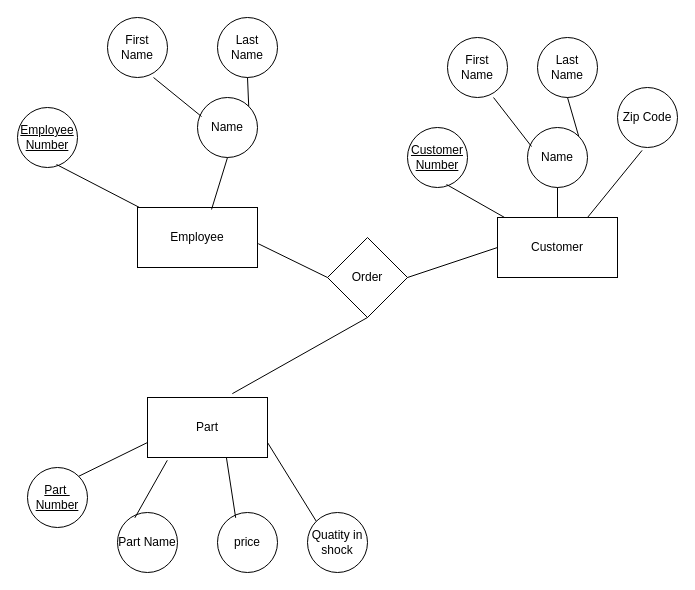
This is ER_MAIL_ORDER.drawio from Drizzle210/hello-world, a draw.io file, before an edit. Source tidied: cells renumbered, new cells numbered last; positions are measured from the earlier drawing's top-left corner, leaving out a move shared by most shapes. Both pictures are drawn from the tidied source at 100%, with x=0, y=0 at pixel (17, 17).
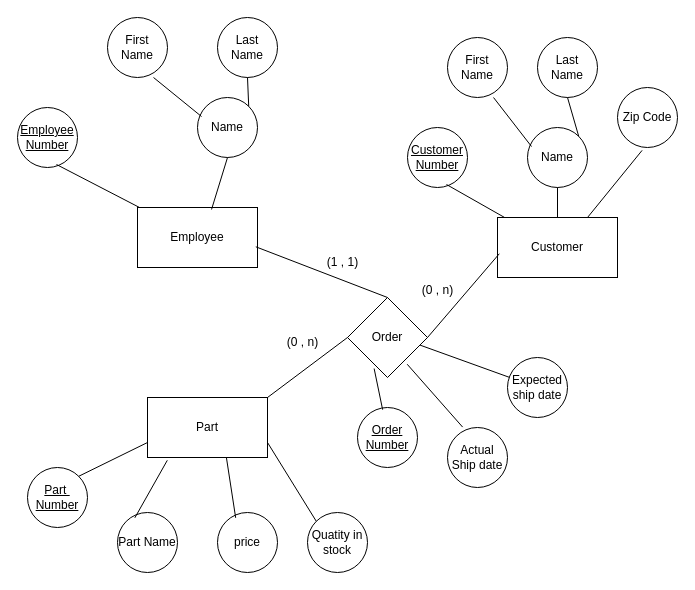
Above is the later version.

Commit message:
Cập nhật ER_MAIL_ORDER.drawio

Unchanged cells that the change refers to:
```xml
<mxCell id="2" value="Employee" style="rounded=0;whiteSpace=wrap;html=1;" parent="1" vertex="1">
  <mxGeometry x="120" y="190" width="120" height="60" as="geometry" />
</mxCell>
<mxCell id="11" value="Customer" style="rounded=0;whiteSpace=wrap;html=1;" parent="1" vertex="1">
  <mxGeometry x="480" y="200" width="120" height="60" as="geometry" />
</mxCell>
<mxCell id="22" value="Part" style="rounded=0;whiteSpace=wrap;html=1;" parent="1" vertex="1">
  <mxGeometry x="130" y="380" width="120" height="60" as="geometry" />
</mxCell>
```

What changed in the source:
```diff
@@
-    <mxCell id="26" value="Quatity in shock" style="ellipse;whiteSpace=wrap;html=1;" parent="1" vertex="1">
+    <mxCell id="26" value="Quatity in stock" style="ellipse;whiteSpace=wrap;html=1;" parent="1" vertex="1">
       <mxGeometry x="290" y="495" width="60" height="60" as="geometry" />
     </mxCell>
@@
+    <mxCell id="35" value="&lt;u&gt;Order&lt;br&gt;Number&lt;br&gt;&lt;/u&gt;" style="ellipse;whiteSpace=wrap;html=1;" parent="1" vertex="1">
+      <mxGeometry x="340" y="390" width="60" height="60" as="geometry" />
+    </mxCell>
+    <mxCell id="36" value="Actual Ship date" style="ellipse;whiteSpace=wrap;html=1;" parent="1" vertex="1">
+      <mxGeometry x="430" y="410" width="60" height="60" as="geometry" />
+    </mxCell>
+    <mxCell id="37" value="Expected ship date" style="ellipse;whiteSpace=wrap;html=1;" parent="1" vertex="1">
+      <mxGeometry x="490" y="340" width="60" height="60" as="geometry" />
+    </mxCell>
+    <mxCell id="38" style="endArrow=none;html=1;rounded=0;exitX=0.419;exitY=0.036;exitDx=0;exitDy=0;exitPerimeter=0;entryX=0.333;entryY=0.888;entryDx=0;entryDy=0;entryPerimeter=0;" parent="1" edge="1" source="35" target="31">
+      <mxGeometry relative="1" as="geometry" />
+    </mxCell>
+    <mxCell id="39" style="endArrow=none;html=1;rounded=0;exitX=0.252;exitY=-0.007;exitDx=0;exitDy=0;exitPerimeter=0;entryX=0.746;entryY=0.834;entryDx=0;entryDy=0;entryPerimeter=0;" parent="1" edge="1" source="36" target="31">
+      <mxGeometry relative="1" as="geometry" />
+    </mxCell>
+    <mxCell id="40" style="endArrow=none;html=1;rounded=0;entryX=0.876;entryY=0.584;entryDx=0;entryDy=0;entryPerimeter=0;" parent="1" edge="1" source="37" target="31">
+      <mxGeometry relative="1" as="geometry" />
+    </mxCell>
     <mxCell id="31" value="Order" style="rhombus;whiteSpace=wrap;html=1;" parent="1" vertex="1">
-      <mxGeometry x="310" y="220" width="80" height="80" as="geometry" />
+      <mxGeometry x="330" y="280" width="80" height="80" as="geometry" />
     </mxCell>
-    <mxCell id="32" style="endArrow=none;html=1;rounded=0;entryX=0;entryY=0.5;entryDx=0;entryDy=0;exitX=1.006;exitY=0.603;exitDx=0;exitDy=0;exitPerimeter=0;" parent="1" edge="1" source="2" target="31">
-      <mxGeometry relative="1" as="geometry" />
-    </mxCell>
-    <mxCell id="33" style="endArrow=none;html=1;rounded=0;entryX=0;entryY=0.5;entryDx=0;entryDy=0;exitX=1;exitY=0.5;exitDx=0;exitDy=0;" parent="1" edge="1" source="31" target="11">
+    <mxCell id="33" style="endArrow=none;html=1;rounded=0;exitX=1;exitY=0.5;exitDx=0;exitDy=0;entryX=0.015;entryY=0.604;entryDx=0;entryDy=0;entryPerimeter=0;" parent="1" edge="1" source="31" target="11">
       <mxGeometry relative="1" as="geometry" />
     </mxCell>
-    <mxCell id="34" style="endArrow=none;html=1;rounded=0;entryX=0.5;entryY=1;entryDx=0;entryDy=0;exitX=0.707;exitY=-0.064;exitDx=0;exitDy=0;exitPerimeter=0;" parent="1" edge="1" source="22" target="31">
+    <mxCell id="34" style="endArrow=none;html=1;rounded=0;exitX=1;exitY=0;exitDx=0;exitDy=0;entryX=0;entryY=0.5;entryDx=0;entryDy=0;" parent="1" edge="1" source="22" target="31">
       <mxGeometry relative="1" as="geometry" />
     </mxCell>
+    <mxCell id="32" style="endArrow=none;html=1;rounded=0;exitX=0.986;exitY=0.655;exitDx=0;exitDy=0;entryX=0.5;entryY=0;entryDx=0;entryDy=0;exitPerimeter=0;" parent="1" edge="1" source="2" target="31">
+      <mxGeometry relative="1" as="geometry" />
+    </mxCell>
+    <mxCell id="41" value="(0 , n)" style="text;html=1;align=center;verticalAlign=middle;strokeColor=none;fillColor=none;" parent="1" vertex="1">
+      <mxGeometry x="395" y="258" width="50" height="30" as="geometry" />
+    </mxCell>
+    <mxCell id="42" value="(0 , n)" style="text;html=1;align=center;verticalAlign=middle;strokeColor=none;fillColor=none;" parent="1" vertex="1">
+      <mxGeometry x="260" y="310" width="50" height="30" as="geometry" />
+    </mxCell>
+    <mxCell id="43" value="(1 , 1)&lt;br&gt;" style="text;html=1;align=center;verticalAlign=middle;strokeColor=none;fillColor=none;" parent="1" vertex="1">
+      <mxGeometry x="300" y="230" width="50" height="30" as="geometry" />
+    </mxCell>
```
